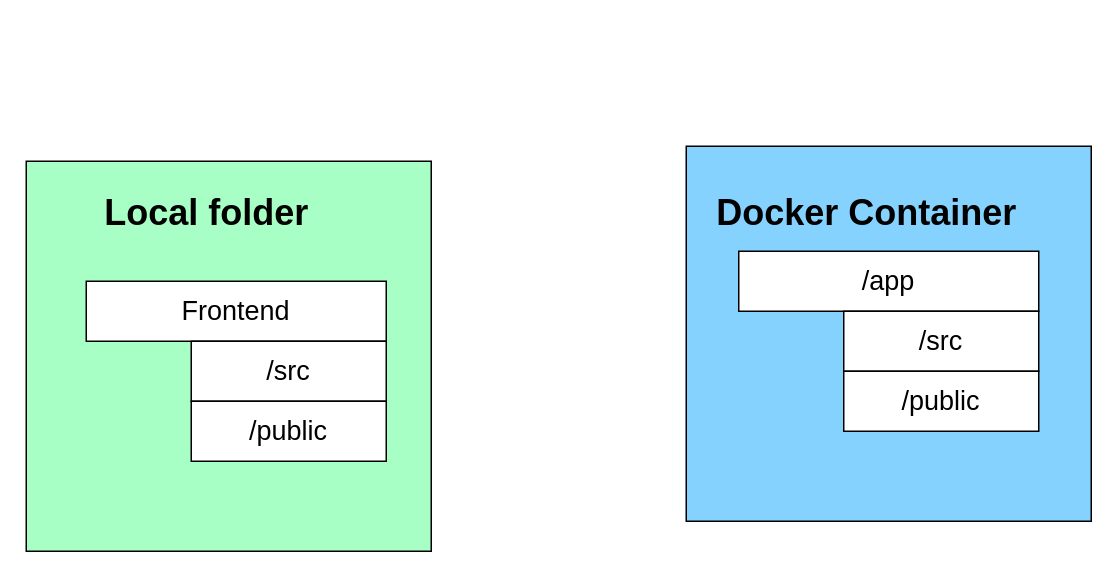
Earlier version of the draw.io diagram page "volume" (7 of 7) of Untitled Diagram.drawio (hephaestus88/docker). Source tidied: cells renumbered, new cells numbered last; positions are measured from the earlier drawing's top-left corner, leaving out a move shared by most shapes. Both pictures are drawn from the tidied source at 150%, with x=0, y=0 at pixel (26, 146).
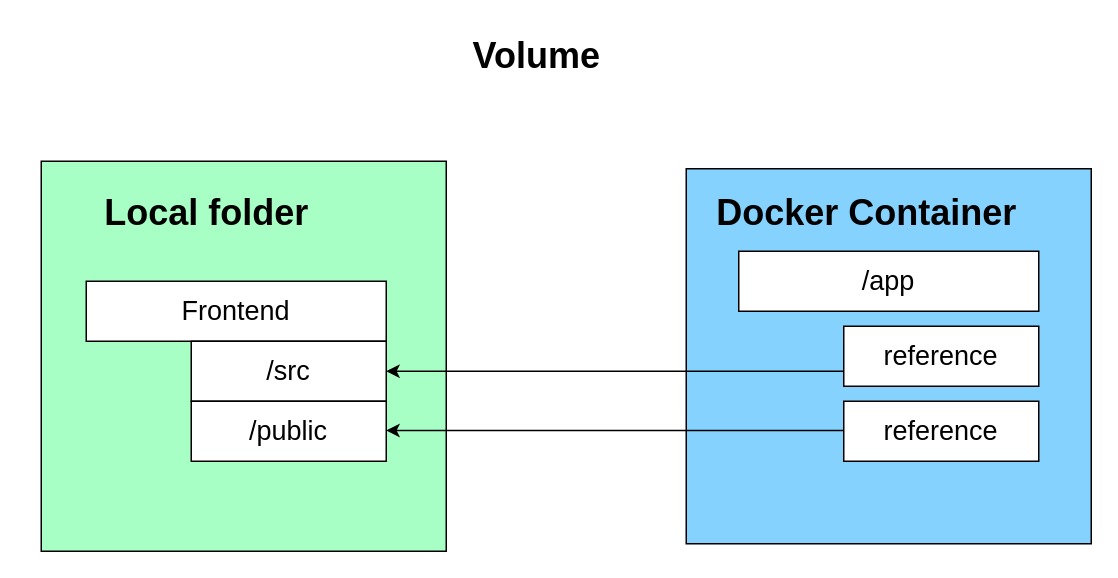
The same diagram, later.

Diff of the diagram source:
```diff
@@
 <mxGraphModel>
   <root>
     <mxCell id="0" />
     <mxCell id="1" parent="0" />
     <mxCell id="2" style="rounded=0;whiteSpace=wrap;html=1;fillColor=#A8FFC5;" parent="1" vertex="1">
-      <mxGeometry y="10" width="270" height="260" as="geometry" />
+      <mxGeometry x="10" y="10" width="270" height="260" as="geometry" />
     </mxCell>
     <mxCell id="3" value="&lt;font style=&quot;font-size: 18px;&quot;&gt;Frontend&lt;/font&gt;" style="rounded=0;whiteSpace=wrap;html=1;" parent="1" vertex="1">
       <mxGeometry x="40" y="90" width="200" height="40" as="geometry" />
     </mxCell>
     <mxCell id="4" value="&lt;font style=&quot;font-size: 18px;&quot;&gt;/src&lt;/font&gt;" style="rounded=0;whiteSpace=wrap;html=1;" parent="1" vertex="1">
       <mxGeometry x="110" y="130" width="130" height="40" as="geometry" />
     </mxCell>
     <mxCell id="5" value="&lt;font style=&quot;font-size: 18px;&quot;&gt;/public&lt;/font&gt;" style="rounded=0;whiteSpace=wrap;html=1;" parent="1" vertex="1">
       <mxGeometry x="110" y="170" width="130" height="40" as="geometry" />
     </mxCell>
     <mxCell id="6" value="Local folder" style="text;strokeColor=none;fillColor=none;html=1;fontSize=24;fontStyle=1;verticalAlign=middle;align=center;" parent="1" vertex="1">
       <mxGeometry x="10" y="20" width="220" height="50" as="geometry" />
     </mxCell>
     <mxCell id="7" style="rounded=0;whiteSpace=wrap;html=1;fillColor=#85D2FF;" parent="1" vertex="1">
-      <mxGeometry x="440" width="270" height="250" as="geometry" />
+      <mxGeometry x="440" y="15" width="270" height="250" as="geometry" />
     </mxCell>
     <mxCell id="8" value="&lt;font style=&quot;font-size: 18px;&quot;&gt;/app&lt;/font&gt;" style="rounded=0;whiteSpace=wrap;html=1;" parent="1" vertex="1">
       <mxGeometry x="475" y="70" width="200" height="40" as="geometry" />
     </mxCell>
-    <mxCell id="9" value="&lt;font style=&quot;font-size: 18px;&quot;&gt;/src&lt;/font&gt;" style="rounded=0;whiteSpace=wrap;html=1;" parent="1" vertex="1">
-      <mxGeometry x="545" y="110" width="130" height="40" as="geometry" />
-    </mxCell>
-    <mxCell id="10" value="&lt;font style=&quot;font-size: 18px;&quot;&gt;/public&lt;/font&gt;" style="rounded=0;whiteSpace=wrap;html=1;" parent="1" vertex="1">
-      <mxGeometry x="545" y="150" width="130" height="40" as="geometry" />
-    </mxCell>
     <mxCell id="11" value="Docker Container" style="text;strokeColor=none;fillColor=none;html=1;fontSize=24;fontStyle=1;verticalAlign=middle;align=center;" parent="1" vertex="1">
       <mxGeometry x="450" y="20" width="220" height="50" as="geometry" />
     </mxCell>
+    <mxCell id="12" value="&lt;font style=&quot;font-size: 18px;&quot;&gt;reference&lt;/font&gt;" style="rounded=0;whiteSpace=wrap;html=1;" parent="1" vertex="1">
+      <mxGeometry x="545" y="120" width="130" height="40" as="geometry" />
+    </mxCell>
+    <mxCell id="13" value="&lt;font style=&quot;font-size: 18px;&quot;&gt;reference&lt;/font&gt;" style="rounded=0;whiteSpace=wrap;html=1;" parent="1" vertex="1">
+      <mxGeometry x="545" y="170" width="130" height="40" as="geometry" />
+    </mxCell>
+    <mxCell id="14" value="Volume" style="text;strokeColor=none;fillColor=none;html=1;fontSize=24;fontStyle=1;verticalAlign=middle;align=center;" parent="1" vertex="1">
+      <mxGeometry x="290" y="-80" width="100" height="40" as="geometry" />
+    </mxCell>
+    <mxCell id="15" style="endArrow=classic;html=1;rounded=0;exitX=0;exitY=0.75;exitDx=0;exitDy=0;entryX=1;entryY=0.5;entryDx=0;entryDy=0;" parent="1" edge="1" source="12" target="4">
+      <mxGeometry relative="1" as="geometry" />
+    </mxCell>
+    <mxCell id="16" style="endArrow=classic;html=1;rounded=0;exitX=0;exitY=0.75;exitDx=0;exitDy=0;entryX=1;entryY=0.5;entryDx=0;entryDy=0;" parent="1" edge="1">
+      <mxGeometry relative="1" as="geometry">
+        <mxPoint x="545" y="189.5" as="sourcePoint" />
+        <mxPoint x="240" y="189.5" as="targetPoint" />
+      </mxGeometry>
+    </mxCell>
   </root>
 </mxGraphModel>
```
